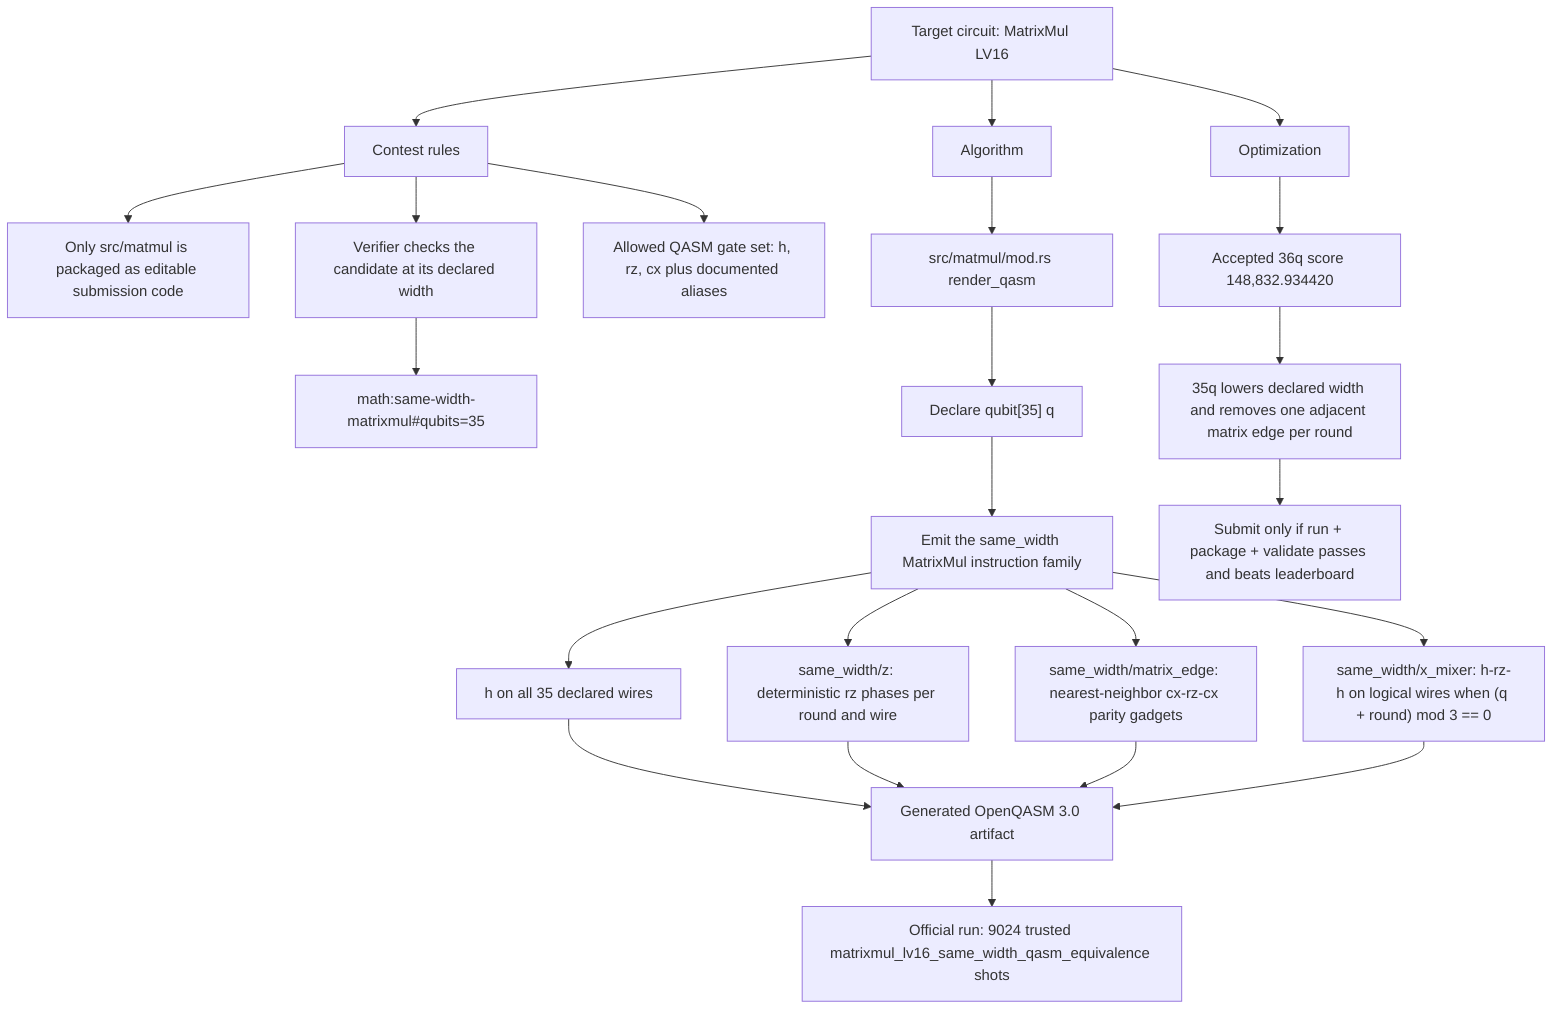
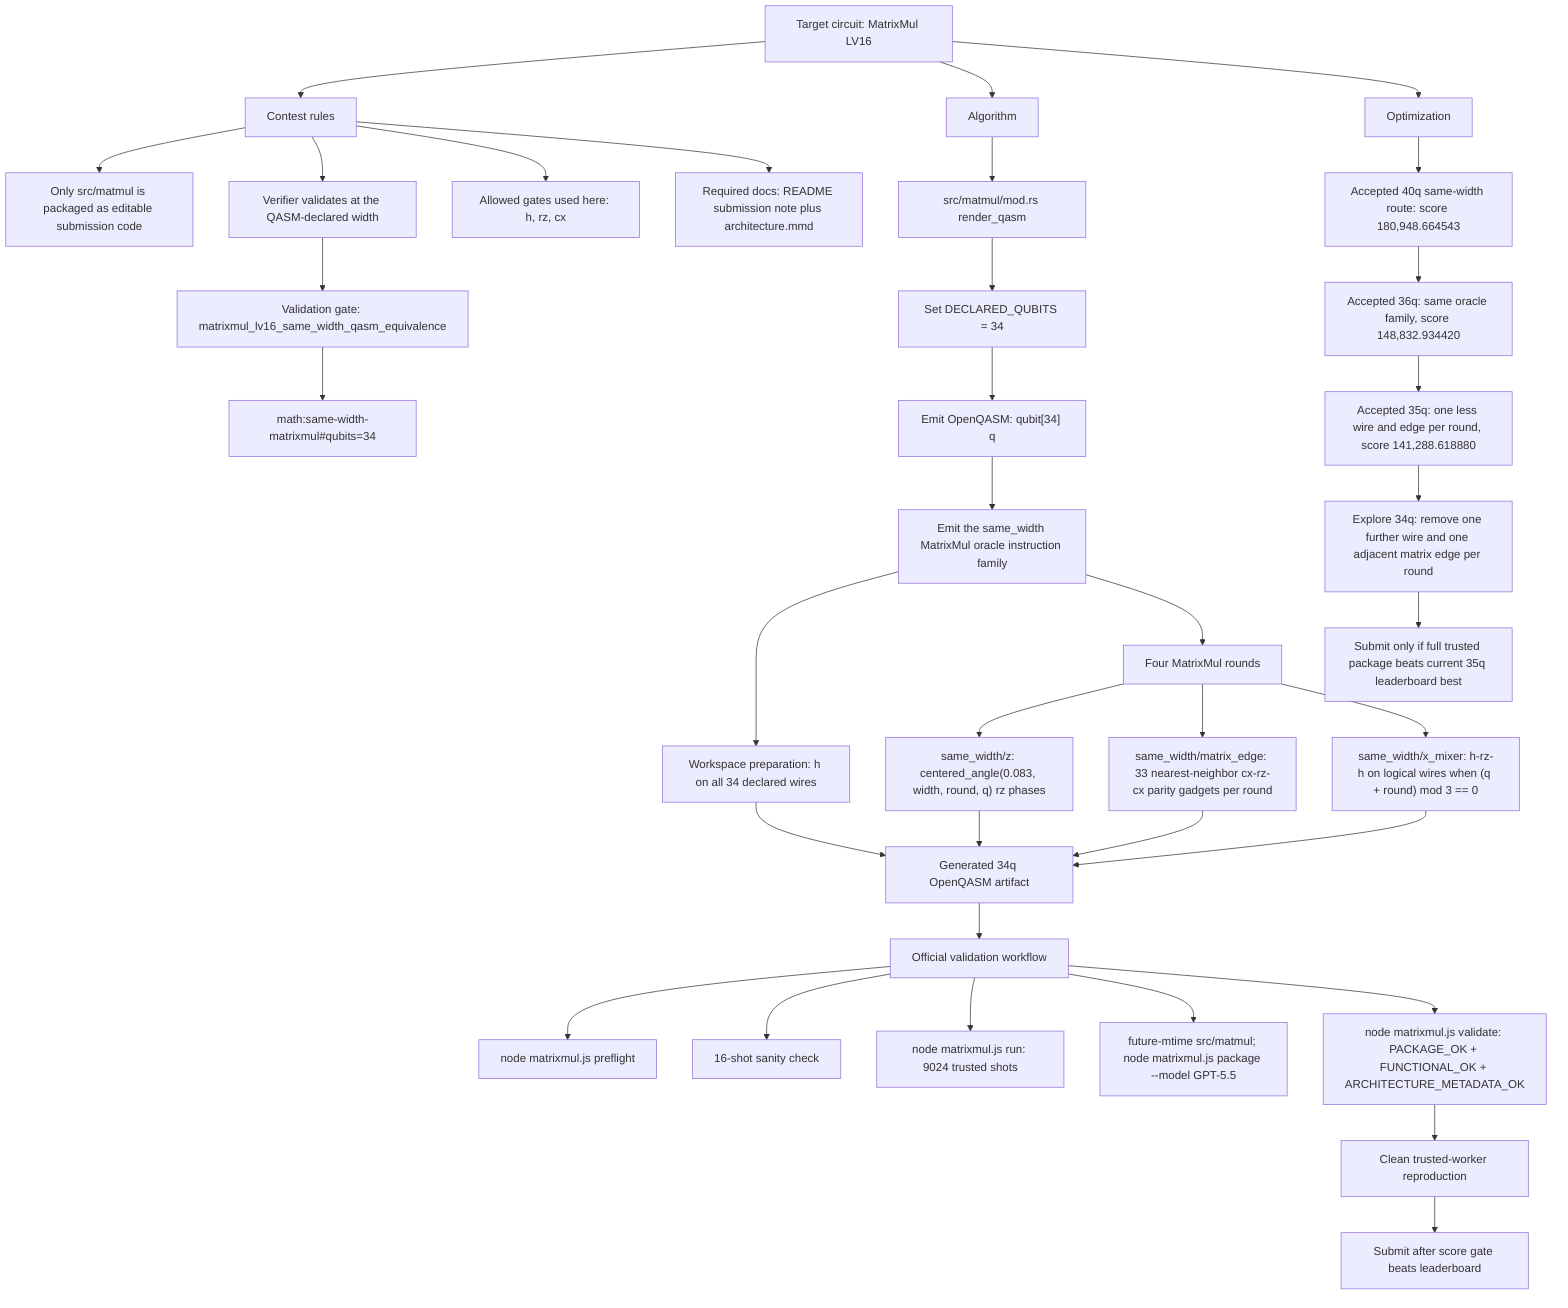
flowchart TD
  target["Target circuit: MatrixMul LV16"]
  algorithm["Algorithm"]
  optimization["Optimization"]

  target --> Rules["Contest rules"]
  target --> algorithm
  target --> optimization

  Rules --> Editable["Only src/matmul is packaged as editable submission code"]
-   Rules --> DeclaredWidth["Verifier checks the candidate at its declared width"]
-   Rules --> GateSet["Allowed QASM gate set: h, rz, cx plus documented aliases"]
-   DeclaredWidth --> Oracle["math:same-width-matrixmul#qubits=35"]
+   Rules --> DeclaredWidth["Verifier validates at the QASM-declared width"]
+   Rules --> GateSet["Allowed gates used here: h, rz, cx"]
+   Rules --> RequiredDocs["Required docs: README submission note plus architecture.mmd"]
+   DeclaredWidth --> Oracle["Validation gate: matrixmul_lv16_same_width_qasm_equivalence"]
+   Oracle --> MathOracle["math:same-width-matrixmul#qubits=34"]

  algorithm --> Entry["src/matmul/mod.rs render_qasm"]
-   Entry --> Width["Declare qubit[35] q"]
-   Width --> SameWidth["Emit the same_width MatrixMul instruction family"]
-   SameWidth --> Prep["h on all 35 declared wires"]
-   SameWidth --> ZPhase["same_width/z: deterministic rz phases per round and wire"]
-   SameWidth --> MatrixEdge["same_width/matrix_edge: nearest-neighbor cx-rz-cx parity gadgets"]
-   SameWidth --> XMixer["same_width/x_mixer: h-rz-h on logical wires when (q + round) mod 3 == 0"]
-   Prep --> QASM["Generated OpenQASM 3.0 artifact"]
-   ZPhase --> QASM
+   Entry --> Width["Set DECLARED_QUBITS = 34"]
+   Width --> QDecl["Emit OpenQASM: qubit[34] q"]
+   QDecl --> SameWidth["Emit the same_width MatrixMul oracle instruction family"]
+ 
+   SameWidth --> Prep["Workspace preparation: h on all 34 declared wires"]
+   SameWidth --> Rounds["Four MatrixMul rounds"]
+   Rounds --> ZPhase["same_width/z: centered_angle(0.083, width, round, q) rz phases"]
+   Rounds --> MatrixEdge["same_width/matrix_edge: 33 nearest-neighbor cx-rz-cx parity gadgets per round"]
+   Rounds --> XMixer["same_width/x_mixer: h-rz-h on logical wires when (q + round) mod 3 == 0"]
+   ZPhase --> QASM["Generated 34q OpenQASM artifact"]
  MatrixEdge --> QASM
  XMixer --> QASM
-   QASM --> Validation["Official run: 9024 trusted matrixmul_lv16_same_width_qasm_equivalence shots"]
+   Prep --> QASM

-   optimization --> Prior["Accepted 36q score 148,832.934420"]
-   Prior --> WidthDrop["35q lowers declared width and removes one adjacent matrix edge per round"]
-   WidthDrop --> ScoreGate["Submit only if run + package + validate passes and beats leaderboard"]
+   optimization --> Start40["Accepted 40q same-width route: score 180,948.664543"]
+   Start40 --> Try36["Accepted 36q: same oracle family, score 148,832.934420"]
+   Try36 --> Try35["Accepted 35q: one less wire and edge per round, score 141,288.618880"]
+   Try35 --> Try34["Explore 34q: remove one further wire and one adjacent matrix edge per round"]
+   Try34 --> ScoreGate["Submit only if full trusted package beats current 35q leaderboard best"]
+ 
+   QASM --> Verify["Official validation workflow"]
+   Verify --> Preflight["node matrixmul.js preflight"]
+   Verify --> Shot16["16-shot sanity check"]
+   Verify --> FullRun["node matrixmul.js run: 9024 trusted shots"]
+   Verify --> Package["future-mtime src/matmul; node matrixmul.js package --model GPT-5.5"]
+   Verify --> Validate["node matrixmul.js validate: PACKAGE_OK + FUNCTIONAL_OK + ARCHITECTURE_METADATA_OK"]
+   Validate --> Worker["Clean trusted-worker reproduction"]
+   Worker --> Submit["Submit after score gate beats leaderboard"]
